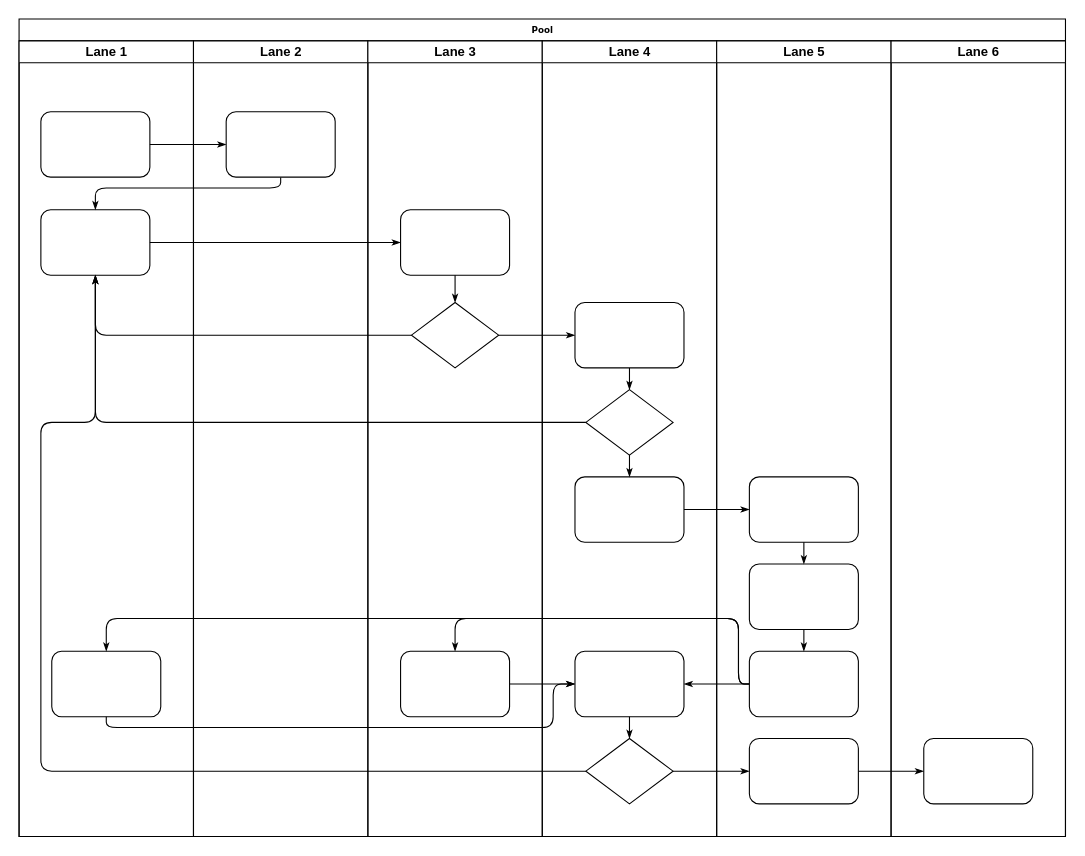
Above: uploadEncryptData.drawio in jeefs/mindGraph (draw.io), before the change. Source tidied: cells renumbered, new cells numbered last; positions are measured from the earlier drawing's top-left corner, leaving out a move shared by most shapes. Both pictures are drawn from the tidied source at 109%, with x=0, y=0 at pixel (19, 19).
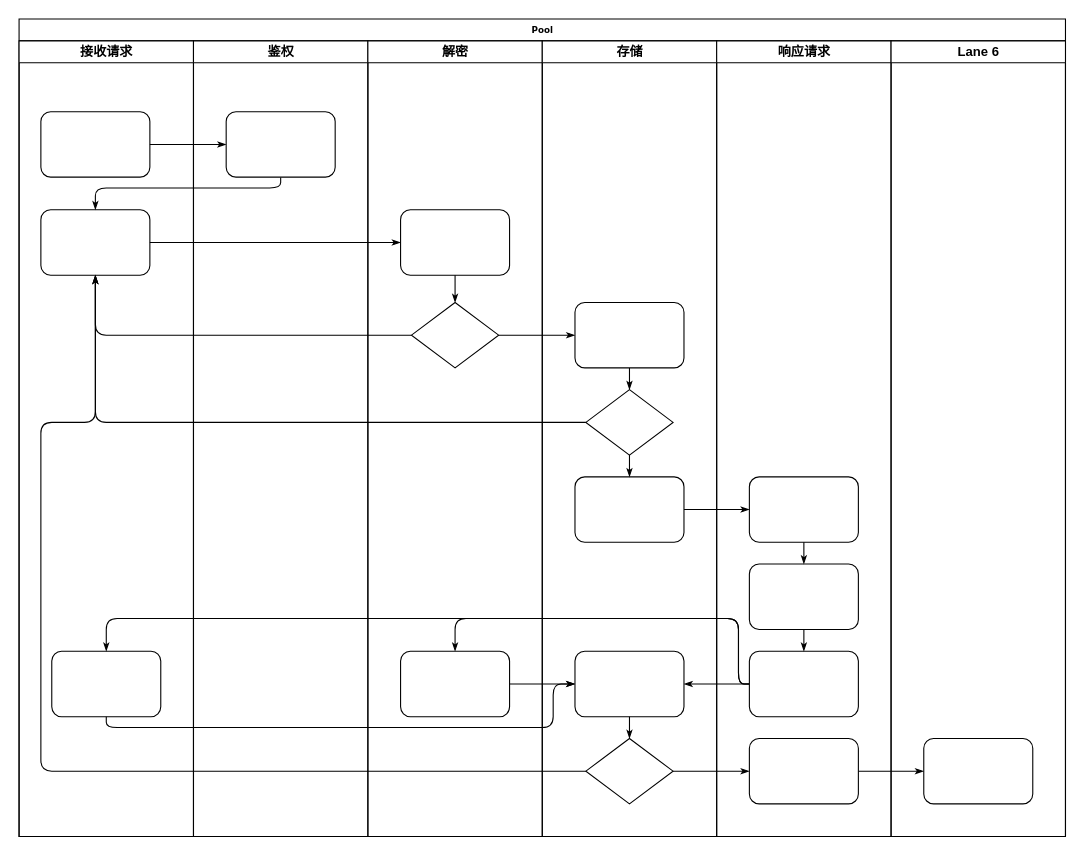
The same page after the edit.

Unchanged cells that the change refers to:
```xml
<mxCell id="2" value="Pool" style="swimlane;html=1;startSize=20;rounded=0;shadow=0;labelBackgroundColor=none;strokeWidth=1;fontFamily=Verdana;fontSize=8;align=center;" parent="1" vertex="1">
  <mxGeometry width="960" height="750" as="geometry" />
</mxCell>
```

Change to the diagram source:
```diff
@@
-    <mxCell id="3" value="Lane 1" style="swimlane;html=1;startSize=20;" parent="2" vertex="1">
+    <mxCell id="3" value="接收请求" style="swimlane;html=1;startSize=20;" parent="2" vertex="1">
       <mxGeometry y="20" width="160" height="730" as="geometry" />
     </mxCell>
@@
-    <mxCell id="22" value="Lane 2" style="swimlane;html=1;startSize=20;" parent="2" vertex="1">
+    <mxCell id="22" value="鉴权" style="swimlane;html=1;startSize=20;" parent="2" vertex="1">
       <mxGeometry x="160" y="20" width="160" height="730" as="geometry" />
     </mxCell>
@@
-    <mxCell id="24" value="Lane 3" style="swimlane;html=1;startSize=20;" parent="2" vertex="1">
+    <mxCell id="24" value="解密" style="swimlane;html=1;startSize=20;" parent="2" vertex="1">
       <mxGeometry x="320" y="20" width="160" height="730" as="geometry" />
     </mxCell>
@@
-    <mxCell id="29" value="Lane 4" style="swimlane;html=1;startSize=20;" parent="2" vertex="1">
+    <mxCell id="29" value="存储" style="swimlane;html=1;startSize=20;" parent="2" vertex="1">
       <mxGeometry x="480" y="20" width="160" height="730" as="geometry" />
     </mxCell>
@@
-    <mxCell id="38" value="Lane 5" style="swimlane;html=1;startSize=20;" parent="2" vertex="1">
+    <mxCell id="38" value="响应请求" style="swimlane;html=1;startSize=20;" parent="2" vertex="1">
       <mxGeometry x="640" y="20" width="160" height="730" as="geometry" />
     </mxCell>
```
